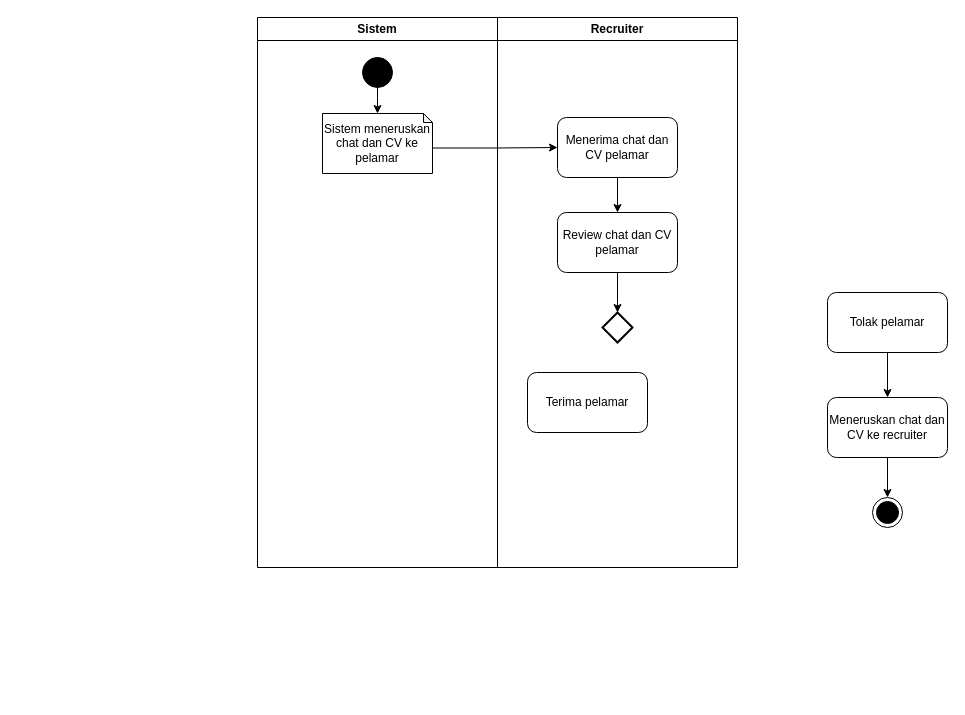
The draw.io diagram page "Page-5" (5 of 5) of Untitled Diagram.drawio in alvina893/drafts--, before the edit. Source tidied: cells renumbered, new cells numbered last; positions are measured from the earlier drawing's top-left corner, leaving out a move shared by most shapes. Both pictures are drawn from the tidied source at 100%, with x=0, y=0 at pixel (257, 17).
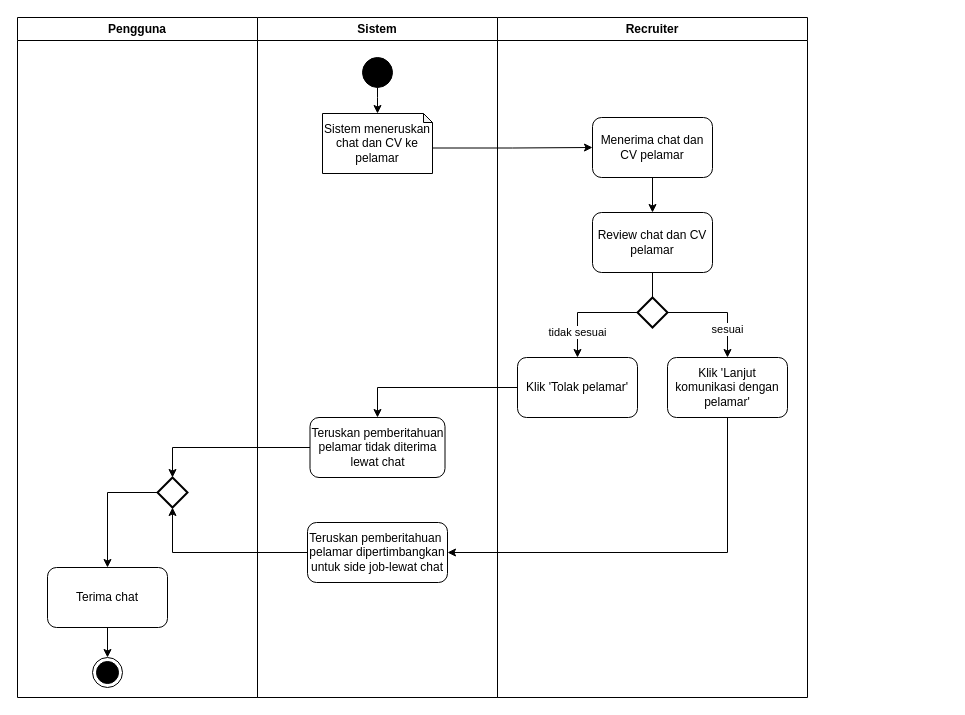
The same diagram, later.

The edit, as a diff of the source:
```diff
@@
     <mxCell id="2" value="Sistem" style="swimlane;whiteSpace=wrap;html=1;startSize=23;" parent="1" vertex="1">
-      <mxGeometry width="240" height="550" as="geometry" />
+      <mxGeometry width="240" height="680" as="geometry" />
     </mxCell>
@@
+    <mxCell id="19" value="Teruskan pemberitahuan pelamar tidak diterima lewat chat" style="rounded=1;whiteSpace=wrap;html=1;" parent="2" vertex="1">
+      <mxGeometry x="52.5" y="400" width="135" height="60" as="geometry" />
+    </mxCell>
+    <mxCell id="20" value="Teruskan pemberitahuan&amp;nbsp; pelamar dipertimbangkan untuk side job-lewat chat" style="rounded=1;whiteSpace=wrap;html=1;" parent="2" vertex="1">
+      <mxGeometry x="50" y="505" width="140" height="60" as="geometry" />
+    </mxCell>
     <mxCell id="6" value="Recruiter" style="swimlane;whiteSpace=wrap;html=1;startSize=23;" parent="1" vertex="1">
-      <mxGeometry x="240" width="240" height="550" as="geometry" />
+      <mxGeometry x="240" width="310" height="680" as="geometry" />
     </mxCell>
     <mxCell id="7" value="Menerima chat dan CV pelamar" style="rounded=1;whiteSpace=wrap;html=1;" parent="6" vertex="1">
-      <mxGeometry x="60" y="100" width="120" height="60" as="geometry" />
+      <mxGeometry x="95" y="100" width="120" height="60" as="geometry" />
     </mxCell>
     <mxCell id="8" value="Review chat dan CV pelamar" style="rounded=1;whiteSpace=wrap;html=1;" parent="6" vertex="1">
-      <mxGeometry x="60" y="195" width="120" height="60" as="geometry" />
+      <mxGeometry x="95" y="195" width="120" height="60" as="geometry" />
     </mxCell>
@@
     <mxCell id="10" style="edgeStyle=orthogonalEdgeStyle;rounded=0;jettySize=auto;html=1;exitX=0.5;exitY=1;exitDx=0;exitDy=0;entryX=0.5;entryY=0;entryDx=0;entryDy=0;entryPerimeter=0;" parent="6" edge="1" source="8" target="11">
       <mxGeometry relative="1" as="geometry">
         <Array as="points">
-          <mxPoint x="120" y="285" />
-          <mxPoint x="120" y="285" />
+          <mxPoint x="155" y="285" />
+          <mxPoint x="155" y="285" />
         </Array>
       </mxGeometry>
     </mxCell>
+    <mxCell id="21" style="edgeStyle=orthogonalEdgeStyle;rounded=0;jettySize=auto;html=1;exitX=1;exitY=0.5;exitDx=0;exitDy=0;exitPerimeter=0;entryX=0.5;entryY=0;entryDx=0;entryDy=0;" parent="6" edge="1" source="11" target="17">
+      <mxGeometry relative="1" as="geometry" />
+    </mxCell>
+    <mxCell id="22" value="sesuai" style="edgeLabel;html=1;align=center;verticalAlign=middle;" parent="21" vertex="1">
+      <mxGeometry x="0.45" y="-1" relative="1" as="geometry" />
+    </mxCell>
+    <mxCell id="23" style="edgeStyle=orthogonalEdgeStyle;rounded=0;jettySize=auto;html=1;exitX=0;exitY=0.5;exitDx=0;exitDy=0;exitPerimeter=0;entryX=0.5;entryY=0;entryDx=0;entryDy=0;" parent="6" edge="1" source="11" target="12">
+      <mxGeometry relative="1" as="geometry" />
+    </mxCell>
+    <mxCell id="24" value="tidak&amp;nbsp;sesuai" style="edgeLabel;html=1;align=center;verticalAlign=middle;" parent="23" vertex="1">
+      <mxGeometry x="0.51" y="-1" relative="1" as="geometry" />
+    </mxCell>
     <mxCell id="11" style="strokeWidth=2;html=1;shape=mxgraph.flowchart.decision;whiteSpace=wrap;" parent="6" vertex="1">
-      <mxGeometry x="105" y="295" width="30" height="30" as="geometry" />
+      <mxGeometry x="140" y="280" width="30" height="30" as="geometry" />
     </mxCell>
-    <mxCell id="12" value="Terima pelamar" style="rounded=1;whiteSpace=wrap;html=1;" parent="6" vertex="1">
-      <mxGeometry x="30" y="355" width="120" height="60" as="geometry" />
+    <mxCell id="12" value="Klik 'Tolak pelamar'" style="rounded=1;whiteSpace=wrap;html=1;" parent="6" vertex="1">
+      <mxGeometry x="20" y="340" width="120" height="60" as="geometry" />
     </mxCell>
+    <mxCell id="17" value="Klik 'Lanjut komunikasi dengan pelamar'" style="rounded=1;whiteSpace=wrap;html=1;" parent="6" vertex="1">
+      <mxGeometry x="170" y="340" width="120" height="60" as="geometry" />
+    </mxCell>
@@
-    <mxCell id="14" value="Meneruskan chat dan CV ke recruiter" style="rounded=1;whiteSpace=wrap;html=1;" parent="1" vertex="1">
-      <mxGeometry x="570" y="380" width="120" height="60" as="geometry" />
-    </mxCell>
+    <mxCell id="25" style="edgeStyle=orthogonalEdgeStyle;rounded=0;jettySize=auto;html=1;exitX=0;exitY=0.5;exitDx=0;exitDy=0;entryX=0.5;entryY=0;entryDx=0;entryDy=0;" parent="1" edge="1" source="12" target="19">
+      <mxGeometry relative="1" as="geometry" />
+    </mxCell>
+    <mxCell id="26" style="edgeStyle=orthogonalEdgeStyle;rounded=0;jettySize=auto;html=1;exitX=0.5;exitY=1;exitDx=0;exitDy=0;entryX=1;entryY=0.5;entryDx=0;entryDy=0;" parent="1" edge="1" source="17" target="20">
+      <mxGeometry relative="1" as="geometry" />
+    </mxCell>
+    <mxCell id="27" value="Pengguna" style="swimlane;whiteSpace=wrap;html=1;startSize=23;" parent="1" vertex="1">
+      <mxGeometry x="-240" width="240" height="680" as="geometry" />
+    </mxCell>
+    <mxCell id="28" value="Terima chat" style="rounded=1;whiteSpace=wrap;html=1;" parent="27" vertex="1">
+      <mxGeometry x="30" y="550" width="120" height="60" as="geometry" />
+    </mxCell>
+    <mxCell id="29" style="edgeStyle=orthogonalEdgeStyle;rounded=0;jettySize=auto;html=1;exitX=0;exitY=0.5;exitDx=0;exitDy=0;exitPerimeter=0;entryX=0.5;entryY=0;entryDx=0;entryDy=0;" parent="27" edge="1" source="30" target="28">
+      <mxGeometry relative="1" as="geometry" />
+    </mxCell>
+    <mxCell id="30" style="strokeWidth=2;html=1;shape=mxgraph.flowchart.decision;whiteSpace=wrap;" parent="27" vertex="1">
+      <mxGeometry x="140" y="460" width="30" height="30" as="geometry" />
+    </mxCell>
+    <mxCell id="16" style="ellipse;html=1;shape=endState;fillColor=strokeColor;" parent="27" vertex="1">
+      <mxGeometry x="75" y="640" width="30" height="30" as="geometry" />
+    </mxCell>
-    <mxCell id="15" style="edgeStyle=orthogonalEdgeStyle;rounded=0;jettySize=auto;html=1;exitX=0.5;exitY=1;exitDx=0;exitDy=0;entryX=0.5;entryY=0;entryDx=0;entryDy=0;" parent="1" edge="1" source="14" target="16">
+    <mxCell id="15" style="edgeStyle=orthogonalEdgeStyle;rounded=0;jettySize=auto;html=1;exitX=0.5;exitY=1;exitDx=0;exitDy=0;entryX=0.5;entryY=0;entryDx=0;entryDy=0;" parent="27" edge="1" source="28" target="16">
       <mxGeometry relative="1" as="geometry" />
     </mxCell>
-    <mxCell id="16" style="ellipse;html=1;shape=endState;fillColor=strokeColor;" parent="1" vertex="1">
-      <mxGeometry x="615" y="480" width="30" height="30" as="geometry" />
-    </mxCell>
-    <mxCell id="17" value="Tolak pelamar" style="rounded=1;whiteSpace=wrap;html=1;" parent="1" vertex="1">
-      <mxGeometry x="570" y="275" width="120" height="60" as="geometry" />
-    </mxCell>
-    <mxCell id="18" style="edgeStyle=orthogonalEdgeStyle;rounded=0;jettySize=auto;html=1;entryX=0.5;entryY=0;entryDx=0;entryDy=0;" parent="1" edge="1" source="17" target="14">
-      <mxGeometry relative="1" as="geometry">
-        <Array as="points">
-          <mxPoint x="630" y="380" />
-          <mxPoint x="630" y="380" />
-        </Array>
-      </mxGeometry>
-    </mxCell>
+    <mxCell id="31" style="edgeStyle=orthogonalEdgeStyle;rounded=0;jettySize=auto;html=1;entryX=0.5;entryY=0;entryDx=0;entryDy=0;entryPerimeter=0;" parent="1" edge="1" source="19" target="30">
+      <mxGeometry relative="1" as="geometry" />
+    </mxCell>
+    <mxCell id="32" style="edgeStyle=orthogonalEdgeStyle;rounded=0;jettySize=auto;html=1;exitX=0;exitY=0.5;exitDx=0;exitDy=0;entryX=0.5;entryY=1;entryDx=0;entryDy=0;entryPerimeter=0;" parent="1" edge="1" source="20" target="30">
+      <mxGeometry relative="1" as="geometry" />
+    </mxCell>
```
